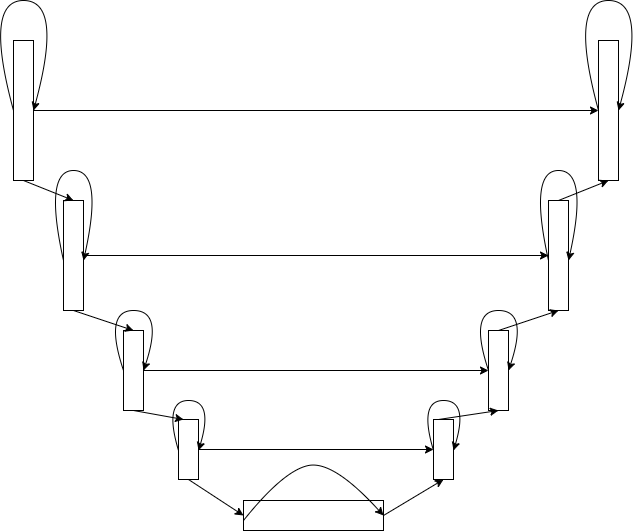
Before: mynet2.png, a diagram exported from draw.io (sungyoonahn/Hint-based-image-colorization-using-Attention-Unet). Source tidied: cells renumbered, new cells last; positions are measured from the earlier drawing's top-left corner, leaving out a move shared by most shapes.
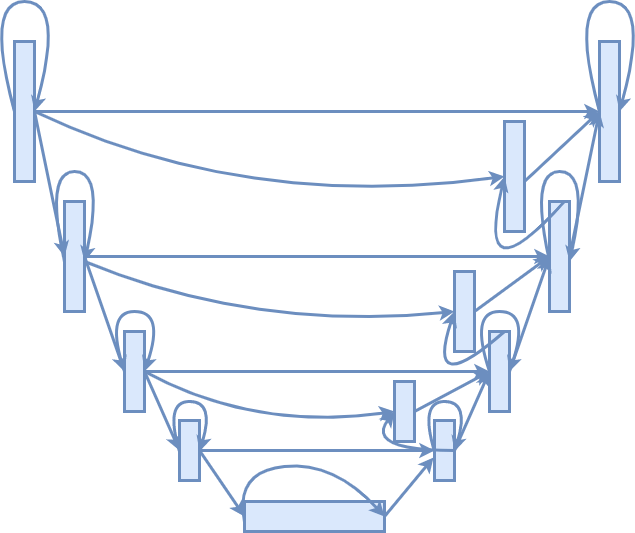
The same diagram one commit later.

Diff of the diagram source:
```diff
@@ -2,75 +2,77 @@
   <root>
     <mxCell id="0" />
     <mxCell id="1" parent="0" />
-    <mxCell id="2" style="edgeStyle=orthogonalEdgeStyle;rounded=0;jettySize=auto;html=1;entryX=0;entryY=0.5;entryDx=0;entryDy=0;" parent="1" edge="1" source="3" target="7">
+    <mxCell id="2" style="edgeStyle=orthogonalEdgeStyle;rounded=0;jettySize=auto;html=1;entryX=0;entryY=0.5;entryDx=0;entryDy=0;fillColor=#dae8fc;strokeColor=#6c8ebf;strokeWidth=3;" parent="1" edge="1" source="3" target="7">
       <mxGeometry relative="1" as="geometry" />
     </mxCell>
-    <mxCell id="3" style="rounded=0;whiteSpace=wrap;html=1;" parent="1" vertex="1">
+    <mxCell id="3" style="rounded=0;whiteSpace=wrap;html=1;fillColor=#dae8fc;strokeColor=#6c8ebf;strokeWidth=3;" parent="1" vertex="1">
       <mxGeometry x="30" y="40" width="20" height="140" as="geometry" />
     </mxCell>
-    <mxCell id="4" style="rounded=0;whiteSpace=wrap;html=1;" parent="1" vertex="1">
+    <mxCell id="4" style="rounded=0;whiteSpace=wrap;html=1;fillColor=#dae8fc;strokeColor=#6c8ebf;strokeWidth=3;" parent="1" vertex="1">
       <mxGeometry x="565" y="200" width="20" height="110" as="geometry" />
     </mxCell>
-    <mxCell id="5" style="edgeStyle=orthogonalEdgeStyle;rounded=0;jettySize=auto;html=1;entryX=0;entryY=0.5;entryDx=0;entryDy=0;" parent="1" edge="1" source="6" target="4">
+    <mxCell id="5" style="edgeStyle=orthogonalEdgeStyle;rounded=0;jettySize=auto;html=1;entryX=0;entryY=0.5;entryDx=0;entryDy=0;fillColor=#dae8fc;strokeColor=#6c8ebf;strokeWidth=3;" parent="1" edge="1" source="6" target="4">
       <mxGeometry relative="1" as="geometry" />
     </mxCell>
-    <mxCell id="6" style="rounded=0;whiteSpace=wrap;html=1;" parent="1" vertex="1">
+    <mxCell id="6" style="rounded=0;whiteSpace=wrap;html=1;fillColor=#dae8fc;strokeColor=#6c8ebf;strokeWidth=3;" parent="1" vertex="1">
       <mxGeometry x="80" y="200" width="20" height="110" as="geometry" />
     </mxCell>
-    <mxCell id="7" style="rounded=0;whiteSpace=wrap;html=1;" parent="1" vertex="1">
+    <mxCell id="7" style="rounded=0;whiteSpace=wrap;html=1;fillColor=#dae8fc;strokeColor=#6c8ebf;strokeWidth=3;" parent="1" vertex="1">
       <mxGeometry x="615" y="40" width="20" height="140" as="geometry" />
     </mxCell>
-    <mxCell id="8" style="rounded=0;whiteSpace=wrap;html=1;" parent="1" vertex="1">
+    <mxCell id="8" style="rounded=0;whiteSpace=wrap;html=1;fillColor=#dae8fc;strokeColor=#6c8ebf;strokeWidth=3;" parent="1" vertex="1">
       <mxGeometry x="505" y="330" width="20" height="80" as="geometry" />
     </mxCell>
-    <mxCell id="9" style="edgeStyle=orthogonalEdgeStyle;rounded=0;jettySize=auto;html=1;" parent="1" edge="1" source="10" target="8">
+    <mxCell id="9" style="edgeStyle=orthogonalEdgeStyle;rounded=0;jettySize=auto;html=1;fillColor=#dae8fc;strokeColor=#6c8ebf;strokeWidth=3;" parent="1" edge="1" source="10" target="8">
       <mxGeometry relative="1" as="geometry" />
     </mxCell>
-    <mxCell id="10" style="rounded=0;whiteSpace=wrap;html=1;" parent="1" vertex="1">
+    <mxCell id="10" style="rounded=0;whiteSpace=wrap;html=1;fillColor=#dae8fc;strokeColor=#6c8ebf;strokeWidth=3;" parent="1" vertex="1">
       <mxGeometry x="140" y="330" width="20" height="80" as="geometry" />
     </mxCell>
-    <mxCell id="11" style="edgeStyle=orthogonalEdgeStyle;rounded=0;jettySize=auto;html=1;exitX=1;exitY=0.5;exitDx=0;exitDy=0;entryX=0;entryY=0.5;entryDx=0;entryDy=0;" parent="1" edge="1" source="12" target="13">
+    <mxCell id="11" style="edgeStyle=orthogonalEdgeStyle;rounded=0;jettySize=auto;html=1;exitX=1;exitY=0.5;exitDx=0;exitDy=0;entryX=0;entryY=0.5;entryDx=0;entryDy=0;fillColor=#dae8fc;strokeColor=#6c8ebf;strokeWidth=3;" parent="1" edge="1" source="12" target="13">
       <mxGeometry relative="1" as="geometry" />
     </mxCell>
-    <mxCell id="12" style="rounded=0;whiteSpace=wrap;html=1;" parent="1" vertex="1">
+    <mxCell id="12" style="rounded=0;whiteSpace=wrap;html=1;fillColor=#dae8fc;strokeColor=#6c8ebf;strokeWidth=3;" parent="1" vertex="1">
       <mxGeometry x="195" y="419" width="20" height="60" as="geometry" />
     </mxCell>
-    <mxCell id="13" style="rounded=0;whiteSpace=wrap;html=1;" parent="1" vertex="1">
+    <mxCell id="13" style="rounded=0;whiteSpace=wrap;html=1;fillColor=#dae8fc;strokeColor=#6c8ebf;strokeWidth=3;" parent="1" vertex="1">
       <mxGeometry x="450" y="419" width="20" height="60" as="geometry" />
     </mxCell>
-    <mxCell id="14" style="rounded=0;whiteSpace=wrap;html=1;" parent="1" vertex="1">
+    <mxCell id="14" style="rounded=0;whiteSpace=wrap;html=1;fillColor=#dae8fc;strokeColor=#6c8ebf;strokeWidth=3;" parent="1" vertex="1">
       <mxGeometry x="260" y="500" width="140" height="30" as="geometry" />
     </mxCell>
-    <mxCell id="15" style="endArrow=classic;html=1;" parent="1" edge="1">
+    <mxCell id="15" style="endArrow=classic;html=1;fillColor=#dae8fc;strokeColor=#6c8ebf;strokeWidth=3;entryX=0;entryY=0.5;entryDx=0;entryDy=0;" parent="1" edge="1" target="6">
       <mxGeometry relative="1" as="geometry">
-        <mxPoint x="40" y="180" as="sourcePoint" />
-        <mxPoint x="90" y="200" as="targetPoint" />
+        <mxPoint x="50" y="110" as="sourcePoint" />
       </mxGeometry>
     </mxCell>
-    <mxCell id="16" style="endArrow=classic;html=1;exitX=1;exitY=0.5;exitDx=0;exitDy=0;entryX=0.5;entryY=1;entryDx=0;entryDy=0;" parent="1" edge="1" source="14" target="13">
+    <mxCell id="16" style="endArrow=classic;html=1;exitX=1;exitY=0.5;exitDx=0;exitDy=0;entryX=-0.05;entryY=0.617;entryDx=0;entryDy=0;fillColor=#dae8fc;strokeColor=#6c8ebf;strokeWidth=3;entryPerimeter=0;" parent="1" edge="1" source="14" target="13">
       <mxGeometry relative="1" as="geometry" />
     </mxCell>
-    <mxCell id="17" style="endArrow=classic;html=1;exitX=0.5;exitY=1;exitDx=0;exitDy=0;entryX=0;entryY=0.5;entryDx=0;entryDy=0;" parent="1" edge="1" source="12" target="14">
+    <mxCell id="17" style="endArrow=classic;html=1;exitX=1;exitY=0.5;exitDx=0;exitDy=0;entryX=0;entryY=0.5;entryDx=0;entryDy=0;fillColor=#dae8fc;strokeColor=#6c8ebf;strokeWidth=3;" parent="1" edge="1" source="12" target="14">
       <mxGeometry relative="1" as="geometry" />
     </mxCell>
-    <mxCell id="18" style="endArrow=classic;html=1;exitX=0.5;exitY=1;exitDx=0;exitDy=0;entryX=0.25;entryY=0;entryDx=0;entryDy=0;" parent="1" edge="1" source="10" target="12">
+    <mxCell id="18" style="endArrow=classic;html=1;exitX=1;exitY=0.5;exitDx=0;exitDy=0;entryX=0;entryY=0.5;entryDx=0;entryDy=0;fillColor=#dae8fc;strokeColor=#6c8ebf;strokeWidth=3;" parent="1" edge="1" source="10" target="12">
       <mxGeometry relative="1" as="geometry" />
     </mxCell>
-    <mxCell id="19" style="endArrow=classic;html=1;exitX=0.5;exitY=1;exitDx=0;exitDy=0;entryX=0.5;entryY=0;entryDx=0;entryDy=0;" parent="1" edge="1" source="6" target="10">
-      <mxGeometry relative="1" as="geometry" />
+    <mxCell id="19" style="endArrow=classic;html=1;exitX=1;exitY=0.5;exitDx=0;exitDy=0;fillColor=#dae8fc;strokeColor=#6c8ebf;strokeWidth=3;" parent="1" edge="1" source="6">
+      <mxGeometry relative="1" as="geometry">
+        <mxPoint x="140" y="370" as="targetPoint" />
+      </mxGeometry>
     </mxCell>
-    <mxCell id="20" style="endArrow=classic;html=1;exitX=0.5;exitY=0;exitDx=0;exitDy=0;entryX=0.5;entryY=1;entryDx=0;entryDy=0;" parent="1" edge="1" source="4" target="7">
+    <mxCell id="20" style="endArrow=classic;html=1;exitX=1;exitY=0.5;exitDx=0;exitDy=0;entryX=0;entryY=0.5;entryDx=0;entryDy=0;fillColor=#dae8fc;strokeColor=#6c8ebf;strokeWidth=3;" parent="1" edge="1" source="4" target="7">
       <mxGeometry relative="1" as="geometry" />
     </mxCell>
-    <mxCell id="21" style="endArrow=classic;html=1;entryX=0.5;entryY=1;entryDx=0;entryDy=0;" parent="1" edge="1" target="4">
-      <mxGeometry relative="1" as="geometry">
-        <mxPoint x="515" y="330" as="sourcePoint" />
-      </mxGeometry>
+    <mxCell id="21" style="endArrow=classic;html=1;entryX=0;entryY=0.5;entryDx=0;entryDy=0;fillColor=#dae8fc;strokeColor=#6c8ebf;strokeWidth=3;exitX=1;exitY=0.5;exitDx=0;exitDy=0;" parent="1" edge="1" source="8" target="4">
+      <mxGeometry relative="1" as="geometry" />
     </mxCell>
-    <mxCell id="22" style="endArrow=classic;html=1;exitX=0.25;exitY=0;exitDx=0;exitDy=0;entryX=0.5;entryY=1;entryDx=0;entryDy=0;" parent="1" edge="1" source="13" target="8">
-      <mxGeometry relative="1" as="geometry" />
+    <mxCell id="22" style="endArrow=classic;html=1;fillColor=#dae8fc;strokeColor=#6c8ebf;strokeWidth=3;" parent="1" edge="1">
+      <mxGeometry relative="1" as="geometry">
+        <mxPoint x="470" y="449" as="sourcePoint" />
+        <mxPoint x="505" y="370" as="targetPoint" />
+      </mxGeometry>
     </mxCell>
-    <mxCell id="23" style="curved=1;endArrow=classic;html=1;exitX=0;exitY=0.5;exitDx=0;exitDy=0;entryX=1;entryY=0.5;entryDx=0;entryDy=0;" parent="1" edge="1" source="3" target="3">
+    <mxCell id="23" style="curved=1;endArrow=classic;html=1;exitX=0;exitY=0.5;exitDx=0;exitDy=0;entryX=1;entryY=0.5;entryDx=0;entryDy=0;fillColor=#dae8fc;strokeColor=#6c8ebf;strokeWidth=3;" parent="1" edge="1" source="3" target="3">
       <mxGeometry relative="1" as="geometry">
         <Array as="points">
           <mxPoint />
@@ -78,7 +80,7 @@
         </Array>
       </mxGeometry>
     </mxCell>
-    <mxCell id="24" style="curved=1;endArrow=classic;html=1;exitX=0;exitY=0.5;exitDx=0;exitDy=0;entryX=1;entryY=0.5;entryDx=0;entryDy=0;" parent="1" edge="1">
+    <mxCell id="24" style="curved=1;endArrow=classic;html=1;exitX=0;exitY=0.5;exitDx=0;exitDy=0;entryX=1;entryY=0.5;entryDx=0;entryDy=0;fillColor=#dae8fc;strokeColor=#6c8ebf;strokeWidth=3;" parent="1" edge="1">
       <mxGeometry relative="1" as="geometry">
         <mxPoint x="80" y="260" as="sourcePoint" />
         <mxPoint x="100" y="260" as="targetPoint" />
@@ -88,7 +90,7 @@
         </Array>
       </mxGeometry>
     </mxCell>
-    <mxCell id="25" style="curved=1;endArrow=classic;html=1;exitX=0;exitY=0.5;exitDx=0;exitDy=0;entryX=1;entryY=0.5;entryDx=0;entryDy=0;" parent="1" edge="1">
+    <mxCell id="25" style="curved=1;endArrow=classic;html=1;exitX=0;exitY=0.5;exitDx=0;exitDy=0;entryX=1;entryY=0.5;entryDx=0;entryDy=0;fillColor=#dae8fc;strokeColor=#6c8ebf;strokeWidth=3;" parent="1" edge="1">
       <mxGeometry relative="1" as="geometry">
         <mxPoint x="140" y="370" as="sourcePoint" />
         <mxPoint x="160" y="370" as="targetPoint" />
@@ -98,7 +100,7 @@
         </Array>
       </mxGeometry>
     </mxCell>
-    <mxCell id="26" style="curved=1;endArrow=classic;html=1;exitX=0;exitY=0.5;exitDx=0;exitDy=0;entryX=1;entryY=0.5;entryDx=0;entryDy=0;" parent="1" edge="1">
+    <mxCell id="26" style="curved=1;endArrow=classic;html=1;exitX=0;exitY=0.5;exitDx=0;exitDy=0;entryX=1;entryY=0.5;entryDx=0;entryDy=0;fillColor=#dae8fc;strokeColor=#6c8ebf;strokeWidth=3;" parent="1" edge="1">
       <mxGeometry relative="1" as="geometry">
         <mxPoint x="195" y="450" as="sourcePoint" />
         <mxPoint x="215" y="450" as="targetPoint" />
@@ -108,16 +110,16 @@
         </Array>
       </mxGeometry>
     </mxCell>
-    <mxCell id="27" style="curved=1;endArrow=classic;html=1;exitX=0;exitY=0.5;exitDx=0;exitDy=0;entryX=1;entryY=0.5;entryDx=0;entryDy=0;" parent="1" edge="1" target="14">
+    <mxCell id="27" style="curved=1;endArrow=classic;html=1;exitX=0;exitY=0.5;exitDx=0;exitDy=0;entryX=1;entryY=0.5;entryDx=0;entryDy=0;fillColor=#dae8fc;strokeColor=#6c8ebf;strokeWidth=3;" parent="1" edge="1" target="14">
       <mxGeometry relative="1" as="geometry">
         <mxPoint x="260" y="520" as="sourcePoint" />
         <Array as="points">
-          <mxPoint x="300" y="470" />
+          <mxPoint x="250" y="470" />
           <mxPoint x="350" y="460" />
         </Array>
       </mxGeometry>
     </mxCell>
-    <mxCell id="28" style="curved=1;endArrow=classic;html=1;exitX=0;exitY=0.5;exitDx=0;exitDy=0;entryX=1;entryY=0.5;entryDx=0;entryDy=0;" parent="1" edge="1">
+    <mxCell id="28" style="curved=1;endArrow=classic;html=1;exitX=0;exitY=0.5;exitDx=0;exitDy=0;entryX=1;entryY=0.5;entryDx=0;entryDy=0;fillColor=#dae8fc;strokeColor=#6c8ebf;strokeWidth=3;" parent="1" edge="1">
       <mxGeometry relative="1" as="geometry">
         <mxPoint x="615" y="110" as="sourcePoint" />
         <mxPoint x="635" y="110" as="targetPoint" />
@@ -127,7 +129,7 @@
         </Array>
       </mxGeometry>
     </mxCell>
-    <mxCell id="29" style="curved=1;endArrow=classic;html=1;exitX=0;exitY=0.5;exitDx=0;exitDy=0;entryX=1;entryY=0.5;entryDx=0;entryDy=0;" parent="1" edge="1">
+    <mxCell id="29" style="curved=1;endArrow=classic;html=1;exitX=0;exitY=0.5;exitDx=0;exitDy=0;entryX=1;entryY=0.5;entryDx=0;entryDy=0;fillColor=#dae8fc;strokeColor=#6c8ebf;strokeWidth=3;" parent="1" edge="1">
       <mxGeometry relative="1" as="geometry">
         <mxPoint x="565" y="260" as="sourcePoint" />
         <mxPoint x="585" y="260" as="targetPoint" />
@@ -137,7 +139,7 @@
         </Array>
       </mxGeometry>
     </mxCell>
-    <mxCell id="30" style="curved=1;endArrow=classic;html=1;exitX=0;exitY=0.5;exitDx=0;exitDy=0;entryX=1;entryY=0.5;entryDx=0;entryDy=0;" parent="1" edge="1">
+    <mxCell id="30" style="curved=1;endArrow=classic;html=1;exitX=0;exitY=0.5;exitDx=0;exitDy=0;entryX=1;entryY=0.5;entryDx=0;entryDy=0;fillColor=#dae8fc;strokeColor=#6c8ebf;strokeWidth=3;" parent="1" edge="1">
       <mxGeometry relative="1" as="geometry">
         <mxPoint x="505" y="370" as="sourcePoint" />
         <mxPoint x="525" y="370" as="targetPoint" />
@@ -147,7 +149,7 @@
         </Array>
       </mxGeometry>
     </mxCell>
-    <mxCell id="31" style="curved=1;endArrow=classic;html=1;exitX=0;exitY=0.5;exitDx=0;exitDy=0;entryX=1;entryY=0.5;entryDx=0;entryDy=0;" parent="1" edge="1">
+    <mxCell id="31" style="curved=1;endArrow=classic;html=1;exitX=0;exitY=0.5;exitDx=0;exitDy=0;entryX=1;entryY=0.5;entryDx=0;entryDy=0;fillColor=#dae8fc;strokeColor=#6c8ebf;strokeWidth=3;" parent="1" edge="1">
       <mxGeometry relative="1" as="geometry">
         <mxPoint x="450" y="450" as="sourcePoint" />
         <mxPoint x="470" y="450" as="targetPoint" />
@@ -157,5 +159,70 @@
         </Array>
       </mxGeometry>
     </mxCell>
+    <mxCell id="32" style="curved=1;endArrow=classic;html=1;strokeWidth=3;exitX=1;exitY=0.5;exitDx=0;exitDy=0;entryX=0;entryY=0.5;entryDx=0;entryDy=0;fillColor=#dae8fc;strokeColor=#6c8ebf;" parent="1" edge="1" source="3" target="33">
+      <mxGeometry relative="1" as="geometry">
+        <Array as="points">
+          <mxPoint x="260" y="210" />
+        </Array>
+      </mxGeometry>
+    </mxCell>
+    <mxCell id="33" style="rounded=0;whiteSpace=wrap;html=1;fillColor=#dae8fc;strokeColor=#6c8ebf;strokeWidth=3;" parent="1" vertex="1">
+      <mxGeometry x="520" y="120" width="20" height="110" as="geometry" />
+    </mxCell>
+    <mxCell id="34" style="curved=1;endArrow=classic;html=1;strokeWidth=3;exitX=0.75;exitY=0;exitDx=0;exitDy=0;entryX=0;entryY=0.5;entryDx=0;entryDy=0;fillColor=#dae8fc;strokeColor=#6c8ebf;" parent="1" edge="1" source="4" target="33">
+      <mxGeometry relative="1" as="geometry">
+        <Array as="points">
+          <mxPoint x="490" y="300" />
+        </Array>
+      </mxGeometry>
+    </mxCell>
+    <mxCell id="35" style="endArrow=classic;html=1;strokeWidth=3;entryX=0;entryY=0.5;entryDx=0;entryDy=0;fillColor=#dae8fc;strokeColor=#6c8ebf;" parent="1" edge="1" target="7">
+      <mxGeometry relative="1" as="geometry">
+        <mxPoint x="540" y="180" as="sourcePoint" />
+      </mxGeometry>
+    </mxCell>
+    <mxCell id="36" style="rounded=0;whiteSpace=wrap;html=1;fillColor=#dae8fc;strokeColor=#6c8ebf;strokeWidth=3;" parent="1" vertex="1">
+      <mxGeometry x="470" y="270" width="20" height="80" as="geometry" />
+    </mxCell>
+    <mxCell id="37" style="curved=1;endArrow=classic;html=1;strokeWidth=3;entryX=0;entryY=0.5;entryDx=0;entryDy=0;fillColor=#dae8fc;strokeColor=#6c8ebf;" parent="1" edge="1" target="36">
+      <mxGeometry relative="1" as="geometry">
+        <mxPoint x="100" y="260" as="sourcePoint" />
+        <Array as="points">
+          <mxPoint x="270" y="330" />
+        </Array>
+      </mxGeometry>
+    </mxCell>
+    <mxCell id="38" style="curved=1;endArrow=classic;html=1;strokeWidth=3;exitX=0.75;exitY=0;exitDx=0;exitDy=0;entryX=0;entryY=0.5;entryDx=0;entryDy=0;fillColor=#dae8fc;strokeColor=#6c8ebf;" parent="1" edge="1" source="8" target="36">
+      <mxGeometry relative="1" as="geometry">
+        <Array as="points">
+          <mxPoint x="440" y="400" />
+        </Array>
+      </mxGeometry>
+    </mxCell>
+    <mxCell id="39" style="endArrow=classic;html=1;strokeWidth=3;entryX=0;entryY=0.5;entryDx=0;entryDy=0;fillColor=#dae8fc;strokeColor=#6c8ebf;exitX=1;exitY=0.5;exitDx=0;exitDy=0;" parent="1" edge="1" source="36" target="4">
+      <mxGeometry relative="1" as="geometry" />
+    </mxCell>
+    <mxCell id="40" style="rounded=0;whiteSpace=wrap;html=1;fillColor=#dae8fc;strokeColor=#6c8ebf;strokeWidth=3;" parent="1" vertex="1">
+      <mxGeometry x="410" y="380" width="20" height="60" as="geometry" />
+    </mxCell>
+    <mxCell id="41" style="curved=1;endArrow=classic;html=1;strokeWidth=3;entryX=0;entryY=0.5;entryDx=0;entryDy=0;fillColor=#dae8fc;strokeColor=#6c8ebf;" parent="1" edge="1" target="40">
+      <mxGeometry relative="1" as="geometry">
+        <mxPoint x="160" y="370" as="sourcePoint" />
+        <Array as="points">
+          <mxPoint x="270" y="430" />
+        </Array>
+      </mxGeometry>
+    </mxCell>
+    <mxCell id="42" style="curved=1;endArrow=classic;html=1;strokeWidth=3;exitX=1;exitY=0.5;exitDx=0;exitDy=0;fillColor=#dae8fc;strokeColor=#6c8ebf;" parent="1" edge="1" source="13">
+      <mxGeometry relative="1" as="geometry">
+        <mxPoint x="410" y="410" as="targetPoint" />
+        <Array as="points">
+          <mxPoint x="380" y="449" />
+        </Array>
+      </mxGeometry>
+    </mxCell>
+    <mxCell id="43" style="endArrow=classic;html=1;fillColor=#dae8fc;strokeColor=#6c8ebf;strokeWidth=3;exitX=1;exitY=0.5;exitDx=0;exitDy=0;entryX=0;entryY=0.5;entryDx=0;entryDy=0;" parent="1" edge="1" source="40" target="8">
+      <mxGeometry relative="1" as="geometry" />
+    </mxCell>
   </root>
 </mxGraphModel>
```
